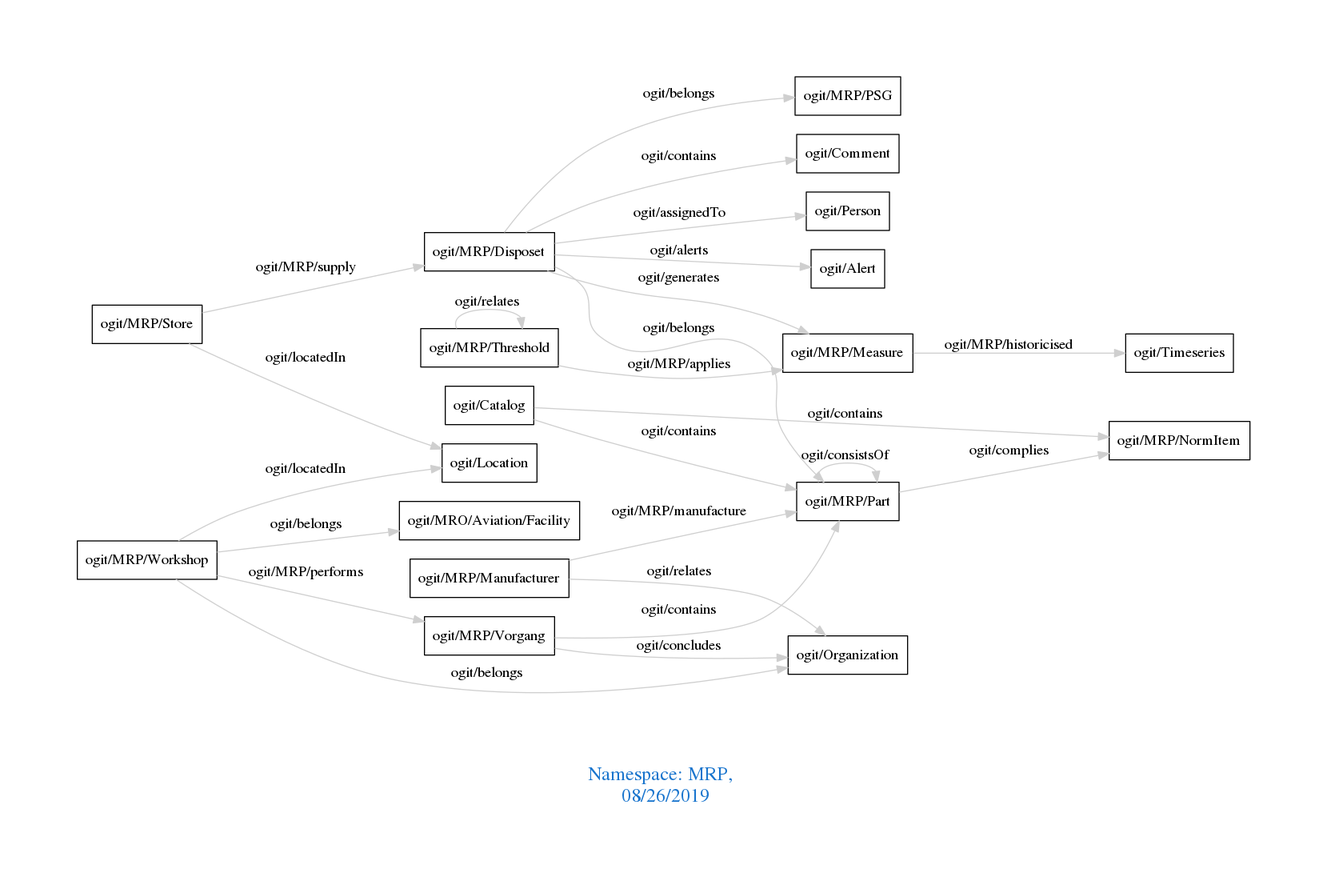
Before: downloads/MRP.png, a diagram exported from Graphviz (arago/OGIT). Its source is kept beside it as downloads/MRP.dot.
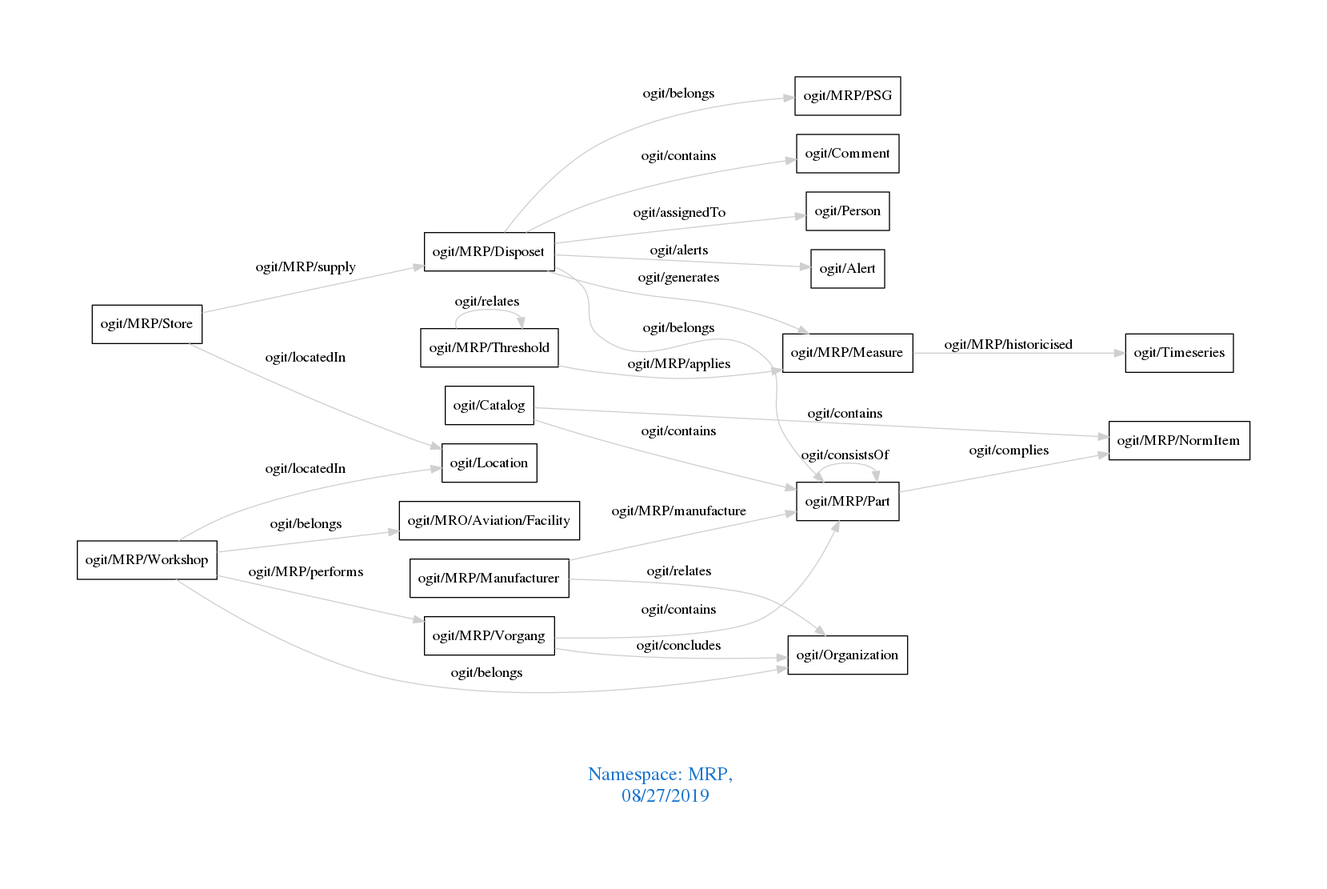
The same diagram one commit later.

Diff of the diagram source:
```diff
@@ -1,7 +1,7 @@
 digraph OGIT_ontology {
  graph [ rankdir= LR,pad=1
 fontsize = 18,
-fontcolor= dodgerblue3,label = "\n\n\nNamespace: MRP, \n 08/26/2019"];
+fontcolor= dodgerblue3,label = "\n\n\nNamespace: MRP, \n 08/27/2019"];
 node[shape=polygon];
 edge [  color="gray81"];
 
```
